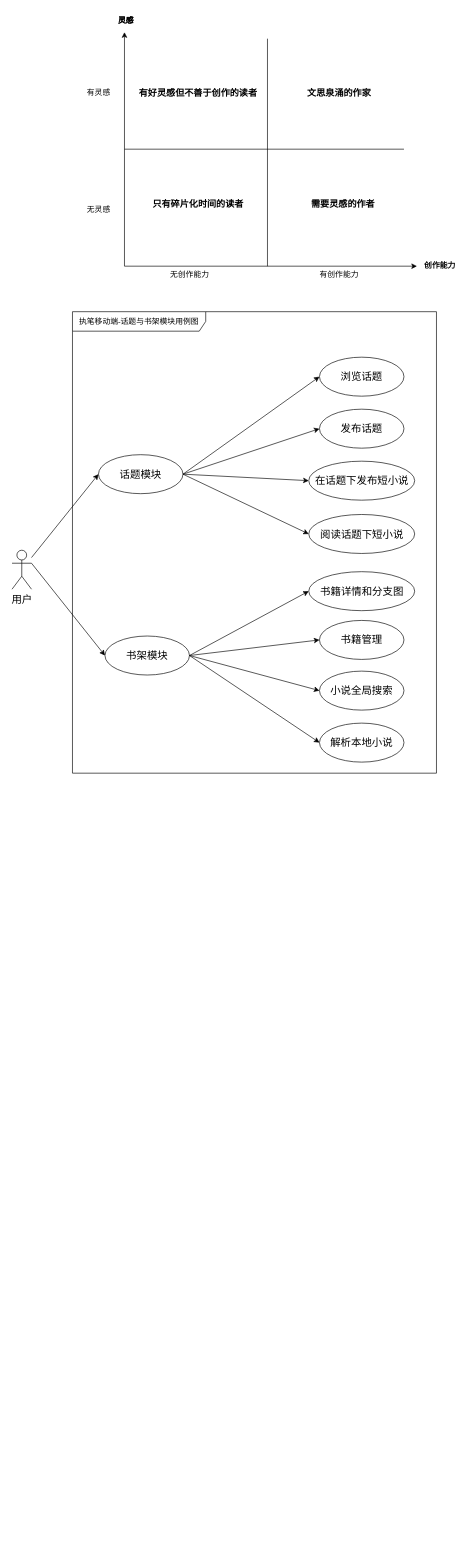
This is 未命名绘图.drawio from Flover-am/drawioRep, a draw.io file, before an edit. Source tidied: cells renumbered, new cells numbered last; positions are measured from the earlier drawing's top-left corner, leaving out a move shared by most shapes. Both pictures are drawn from the tidied source at 65%, with x=0, y=0 at pixel (12, 11).
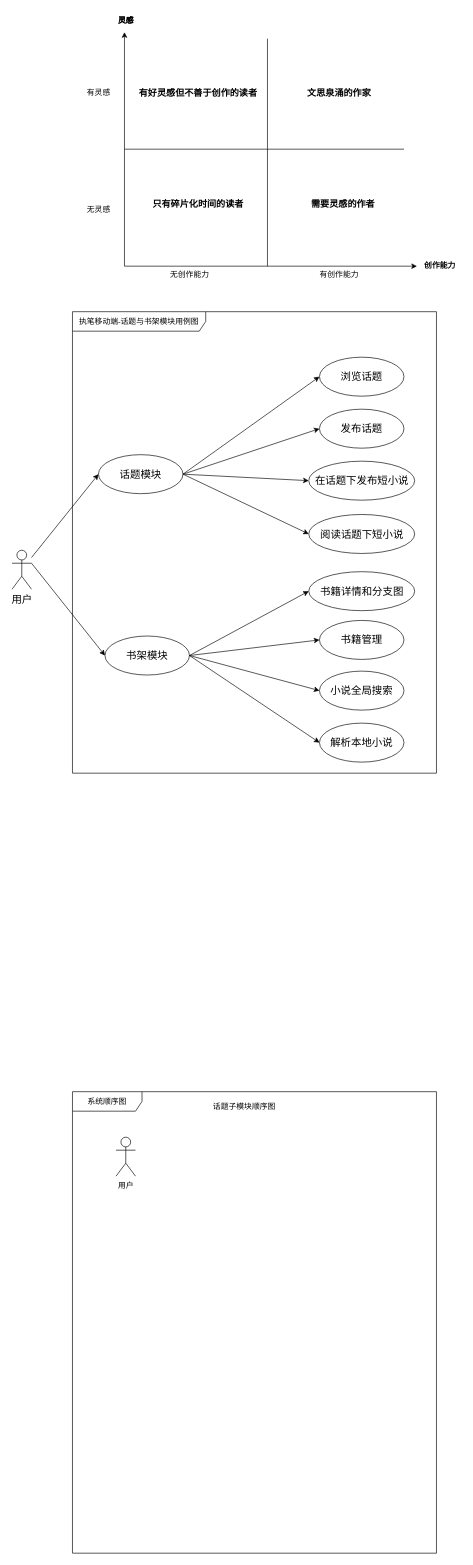
After the change.

Commit message:
更新未命名绘图.drawio

The edit, as a diff of the source:
```diff
@@
+    <mxCell id="39" value="系统顺序图" style="shape=umlFrame;whiteSpace=wrap;html=1;width=107;height=30;" parent="1" vertex="1">
+      <mxGeometry x="93" y="1662" width="560" height="710" as="geometry" />
+    </mxCell>
+    <mxCell id="40" value="话题子模块顺序图" style="text;html=1;align=center;verticalAlign=middle;strokeColor=none;fillColor=none;" parent="1" vertex="1">
+      <mxGeometry x="296.5" y="1670" width="120" height="30" as="geometry" />
+    </mxCell>
+    <mxCell id="41" value="用户" style="shape=umlActor;verticalLabelPosition=bottom;verticalAlign=top;html=1;" parent="1" vertex="1">
+      <mxGeometry x="160" y="1732" width="30" height="60" as="geometry" />
+    </mxCell>
```
